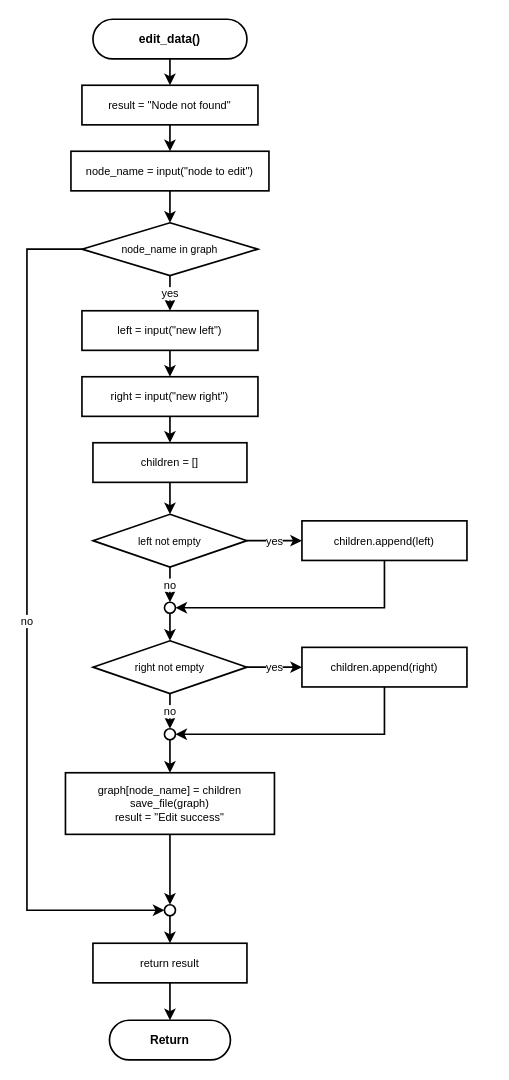
kittiphong064008-cyber/AI-Coding keeps this draw.io diagram as program001/flowchart/06_edit_data.drawio. Above is the earlier version. Source tidied: cells renumbered, new cells numbered last; positions are measured from the earlier drawing's top-left corner, leaving out a move shared by most shapes. Both pictures are drawn from the tidied source at 110%, with x=0, y=0 at pixel (26, 19).
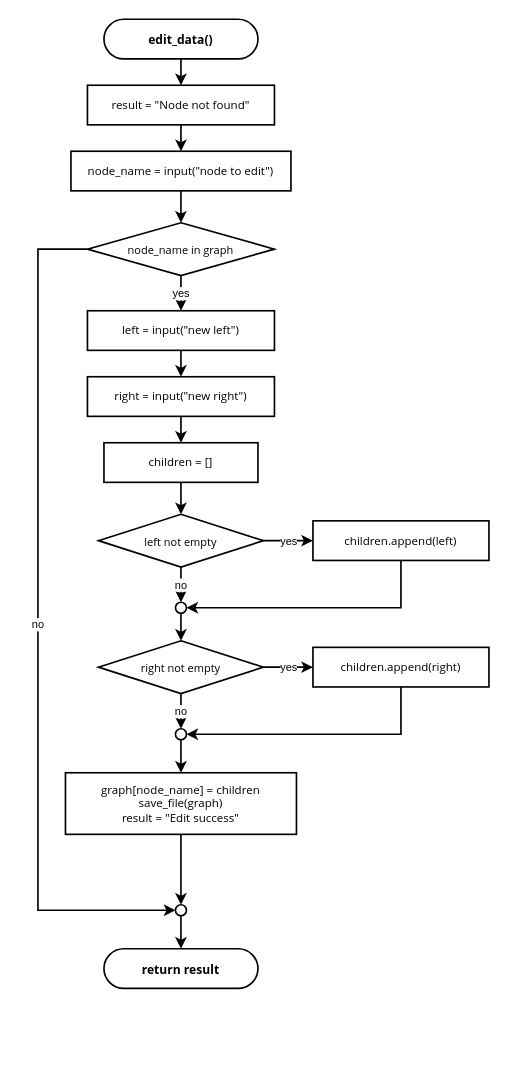
The same page after the edit.

The edit, as a diff of the source:
```diff
@@
-    <mxCell id="2" value="edit_data()" style="rounded=1;whiteSpace=wrap;html=1;arcSize=50;fillColor=#ffffff;strokeColor=#000000;strokeWidth=1.5;fontSize=11;fontFamily=Helvetica;fontStyle=1;" parent="1" vertex="1">
-      <mxGeometry x="60" width="140" height="36" as="geometry" />
+    <mxCell id="2" value="edit_data()" style="rounded=1;whiteSpace=wrap;html=1;arcSize=50;fillColor=#ffffff;strokeColor=#000000;strokeWidth=1.5;fontSize=11;fontFamily=Segoe UI;fontStyle=1;" parent="1" vertex="1">
+      <mxGeometry x="70" width="140" height="36" as="geometry" />
     </mxCell>
-    <mxCell id="3" value="result = &quot;Node not found&quot;" style="rounded=0;whiteSpace=wrap;html=1;fillColor=#ffffff;strokeColor=#000000;strokeWidth=1.5;fontSize=10;fontFamily=Helvetica;" parent="1" vertex="1">
-      <mxGeometry x="50" y="60" width="160" height="36" as="geometry" />
+    <mxCell id="3" value="result = &quot;Node not found&quot;" style="rounded=0;whiteSpace=wrap;html=1;fillColor=#ffffff;strokeColor=#000000;strokeWidth=1.5;fontSize=10.5;fontFamily=Segoe UI;" parent="1" vertex="1">
+      <mxGeometry x="55" y="60" width="170" height="36" as="geometry" />
     </mxCell>
-    <mxCell id="4" value="node_name = input(&quot;node to edit&quot;)" style="rounded=0;whiteSpace=wrap;html=1;fillColor=#ffffff;strokeColor=#000000;strokeWidth=1.5;fontSize=10;fontFamily=Helvetica;" parent="1" vertex="1">
-      <mxGeometry x="40" y="120" width="180" height="36" as="geometry" />
+    <mxCell id="4" value="node_name = input(&quot;node to edit&quot;)" style="rounded=0;whiteSpace=wrap;html=1;fillColor=#ffffff;strokeColor=#000000;strokeWidth=1.5;fontSize=10.5;fontFamily=Segoe UI;" parent="1" vertex="1">
+      <mxGeometry x="40" y="120" width="200" height="36" as="geometry" />
     </mxCell>
-    <mxCell id="5" value="node_name in graph" style="rhombus;whiteSpace=wrap;html=1;fillColor=#ffffff;strokeColor=#000000;strokeWidth=1.5;fontSize=9.5;fontFamily=Helvetica;" parent="1" vertex="1">
-      <mxGeometry x="50" y="185" width="160" height="48" as="geometry" />
+    <mxCell id="5" value="node_name in graph" style="rhombus;whiteSpace=wrap;html=1;fillColor=#ffffff;strokeColor=#000000;strokeWidth=1.5;fontSize=10;fontFamily=Segoe UI;" parent="1" vertex="1">
+      <mxGeometry x="55" y="185" width="170" height="48" as="geometry" />
     </mxCell>
     <mxCell id="6" style="ellipse;whiteSpace=wrap;html=1;fillColor=#ffffff;strokeColor=#000000;strokeWidth=1.5;" parent="1" vertex="1">
-      <mxGeometry x="125" y="805" width="10" height="10" as="geometry" />
+      <mxGeometry x="135" y="805" width="10" height="10" as="geometry" />
     </mxCell>
-    <mxCell id="7" value="left = input(&quot;new left&quot;)" style="rounded=0;whiteSpace=wrap;html=1;fillColor=#ffffff;strokeColor=#000000;strokeWidth=1.5;fontSize=10;fontFamily=Helvetica;" parent="1" vertex="1">
-      <mxGeometry x="50" y="265" width="160" height="36" as="geometry" />
+    <mxCell id="7" value="left = input(&quot;new left&quot;)" style="rounded=0;whiteSpace=wrap;html=1;fillColor=#ffffff;strokeColor=#000000;strokeWidth=1.5;fontSize=10.5;fontFamily=Segoe UI;" parent="1" vertex="1">
+      <mxGeometry x="55" y="265" width="170" height="36" as="geometry" />
     </mxCell>
-    <mxCell id="8" value="right = input(&quot;new right&quot;)" style="rounded=0;whiteSpace=wrap;html=1;fillColor=#ffffff;strokeColor=#000000;strokeWidth=1.5;fontSize=10;fontFamily=Helvetica;" parent="1" vertex="1">
-      <mxGeometry x="50" y="325" width="160" height="36" as="geometry" />
+    <mxCell id="8" value="right = input(&quot;new right&quot;)" style="rounded=0;whiteSpace=wrap;html=1;fillColor=#ffffff;strokeColor=#000000;strokeWidth=1.5;fontSize=10.5;fontFamily=Segoe UI;" parent="1" vertex="1">
+      <mxGeometry x="55" y="325" width="170" height="36" as="geometry" />
     </mxCell>
-    <mxCell id="9" value="children = []" style="rounded=0;whiteSpace=wrap;html=1;fillColor=#ffffff;strokeColor=#000000;strokeWidth=1.5;fontSize=10;fontFamily=Helvetica;" parent="1" vertex="1">
-      <mxGeometry x="60" y="385" width="140" height="36" as="geometry" />
+    <mxCell id="9" value="children = []" style="rounded=0;whiteSpace=wrap;html=1;fillColor=#ffffff;strokeColor=#000000;strokeWidth=1.5;fontSize=10.5;fontFamily=Segoe UI;" parent="1" vertex="1">
+      <mxGeometry x="70" y="385" width="140" height="36" as="geometry" />
     </mxCell>
-    <mxCell id="10" value="left not empty" style="rhombus;whiteSpace=wrap;html=1;fillColor=#ffffff;strokeColor=#000000;strokeWidth=1.5;fontSize=9.5;fontFamily=Helvetica;" parent="1" vertex="1">
-      <mxGeometry x="60" y="450" width="140" height="48" as="geometry" />
+    <mxCell id="10" value="left not empty" style="rhombus;whiteSpace=wrap;html=1;fillColor=#ffffff;strokeColor=#000000;strokeWidth=1.5;fontSize=10;fontFamily=Segoe UI;" parent="1" vertex="1">
+      <mxGeometry x="65" y="450" width="150" height="48" as="geometry" />
     </mxCell>
-    <mxCell id="11" value="children.append(left)" style="rounded=0;whiteSpace=wrap;html=1;fillColor=#ffffff;strokeColor=#000000;strokeWidth=1.5;fontSize=10;fontFamily=Helvetica;" parent="1" vertex="1">
-      <mxGeometry x="250" y="456" width="150" height="36" as="geometry" />
+    <mxCell id="11" value="children.append(left)" style="rounded=0;whiteSpace=wrap;html=1;fillColor=#ffffff;strokeColor=#000000;strokeWidth=1.5;fontSize=10.5;fontFamily=Segoe UI;" parent="1" vertex="1">
+      <mxGeometry x="260" y="456" width="160" height="36" as="geometry" />
     </mxCell>
     <mxCell id="12" style="ellipse;whiteSpace=wrap;html=1;fillColor=#ffffff;strokeColor=#000000;strokeWidth=1.5;" parent="1" vertex="1">
-      <mxGeometry x="125" y="530" width="10" height="10" as="geometry" />
+      <mxGeometry x="135" y="530" width="10" height="10" as="geometry" />
     </mxCell>
-    <mxCell id="13" value="right not empty" style="rhombus;whiteSpace=wrap;html=1;fillColor=#ffffff;strokeColor=#000000;strokeWidth=1.5;fontSize=9.5;fontFamily=Helvetica;" parent="1" vertex="1">
-      <mxGeometry x="60" y="565" width="140" height="48" as="geometry" />
+    <mxCell id="13" value="right not empty" style="rhombus;whiteSpace=wrap;html=1;fillColor=#ffffff;strokeColor=#000000;strokeWidth=1.5;fontSize=10;fontFamily=Segoe UI;" parent="1" vertex="1">
+      <mxGeometry x="65" y="565" width="150" height="48" as="geometry" />
     </mxCell>
-    <mxCell id="14" value="children.append(right)" style="rounded=0;whiteSpace=wrap;html=1;fillColor=#ffffff;strokeColor=#000000;strokeWidth=1.5;fontSize=10;fontFamily=Helvetica;" parent="1" vertex="1">
-      <mxGeometry x="250" y="571" width="150" height="36" as="geometry" />
+    <mxCell id="14" value="children.append(right)" style="rounded=0;whiteSpace=wrap;html=1;fillColor=#ffffff;strokeColor=#000000;strokeWidth=1.5;fontSize=10.5;fontFamily=Segoe UI;" parent="1" vertex="1">
+      <mxGeometry x="260" y="571" width="160" height="36" as="geometry" />
     </mxCell>
     <mxCell id="15" style="ellipse;whiteSpace=wrap;html=1;fillColor=#ffffff;strokeColor=#000000;strokeWidth=1.5;" parent="1" vertex="1">
-      <mxGeometry x="125" y="645" width="10" height="10" as="geometry" />
+      <mxGeometry x="135" y="645" width="10" height="10" as="geometry" />
     </mxCell>
-    <mxCell id="16" value="graph[node_name] = children&#10;save_file(graph)&#10;result = &quot;Edit success&quot;" style="rounded=0;whiteSpace=wrap;html=1;fillColor=#ffffff;strokeColor=#000000;strokeWidth=1.5;fontSize=10;fontFamily=Helvetica;" parent="1" vertex="1">
-      <mxGeometry x="35" y="685" width="190" height="56" as="geometry" />
+    <mxCell id="16" value="graph[node_name] = children&#10;save_file(graph)&#10;result = &quot;Edit success&quot;" style="rounded=0;whiteSpace=wrap;html=1;fillColor=#ffffff;strokeColor=#000000;strokeWidth=1.5;fontSize=10.5;fontFamily=Segoe UI;" parent="1" vertex="1">
+      <mxGeometry x="35" y="685" width="210" height="56" as="geometry" />
     </mxCell>
-    <mxCell id="17" value="return result" style="rounded=0;whiteSpace=wrap;html=1;fillColor=#ffffff;strokeColor=#000000;strokeWidth=1.5;fontSize=10;fontFamily=Helvetica;" parent="1" vertex="1">
-      <mxGeometry x="60" y="840" width="140" height="36" as="geometry" />
-    </mxCell>
-    <mxCell id="18" value="Return" style="rounded=1;whiteSpace=wrap;html=1;arcSize=50;fillColor=#ffffff;strokeColor=#000000;strokeWidth=1.5;fontSize=11;fontFamily=Helvetica;fontStyle=1;" parent="1" vertex="1">
-      <mxGeometry x="75" y="910" width="110" height="36" as="geometry" />
+    <mxCell id="18" value="return result" style="rounded=1;whiteSpace=wrap;html=1;arcSize=50;fillColor=#ffffff;strokeColor=#000000;strokeWidth=1.5;fontSize=11;fontFamily=Segoe UI;fontStyle=1;" parent="1" vertex="1">
+      <mxGeometry x="70" y="845" width="140" height="36" as="geometry" />
     </mxCell>
@@
     <mxCell id="22" value="no" style="edgeStyle=orthogonalEdgeStyle;rounded=0;jettySize=auto;html=1;strokeWidth=1.5;strokeColor=#000000;fontSize=10;fontColor=#000000;exitX=0;exitY=0.5;exitDx=0;exitDy=0;entryX=0;entryY=0.5;entryDx=0;entryDy=0;" parent="1" edge="1" source="5" target="6">
       <mxGeometry relative="1" as="geometry">
         <Array as="points">
-          <mxPoint y="209" />
-          <mxPoint y="810" />
+          <mxPoint x="10" y="209" />
+          <mxPoint x="10" y="810" />
         </Array>
       </mxGeometry>
     </mxCell>
@@
     <mxCell id="29" style="edgeStyle=orthogonalEdgeStyle;rounded=0;jettySize=auto;html=1;strokeWidth=1.5;strokeColor=#000000;fontSize=10;fontColor=#000000;exitX=0.5;exitY=1;exitDx=0;exitDy=0;entryX=1;entryY=0.5;entryDx=0;entryDy=0;" parent="1" edge="1" source="11" target="12">
       <mxGeometry relative="1" as="geometry">
         <Array as="points">
-          <mxPoint x="325" y="535" />
+          <mxPoint x="340" y="535" />
         </Array>
       </mxGeometry>
     </mxCell>
@@
     <mxCell id="33" style="edgeStyle=orthogonalEdgeStyle;rounded=0;jettySize=auto;html=1;strokeWidth=1.5;strokeColor=#000000;fontSize=10;fontColor=#000000;exitX=0.5;exitY=1;exitDx=0;exitDy=0;entryX=1;entryY=0.5;entryDx=0;entryDy=0;" parent="1" edge="1" source="14" target="15">
       <mxGeometry relative="1" as="geometry">
         <Array as="points">
-          <mxPoint x="325" y="650" />
+          <mxPoint x="340" y="650" />
         </Array>
       </mxGeometry>
     </mxCell>
@@
-    <mxCell id="36" style="edgeStyle=orthogonalEdgeStyle;rounded=0;jettySize=auto;html=1;strokeWidth=1.5;strokeColor=#000000;fontSize=10;fontColor=#000000;" parent="1" edge="1" source="6" target="17">
+    <mxCell id="36" style="edgeStyle=orthogonalEdgeStyle;rounded=0;jettySize=auto;html=1;strokeWidth=1.5;strokeColor=#000000;fontSize=10;fontColor=#000000;" parent="1" edge="1" source="6" target="18">
       <mxGeometry relative="1" as="geometry" />
     </mxCell>
-    <mxCell id="37" style="edgeStyle=orthogonalEdgeStyle;rounded=0;jettySize=auto;html=1;strokeWidth=1.5;strokeColor=#000000;fontSize=10;fontColor=#000000;" parent="1" edge="1" source="17" target="18">
-      <mxGeometry relative="1" as="geometry" />
-    </mxCell>
```
